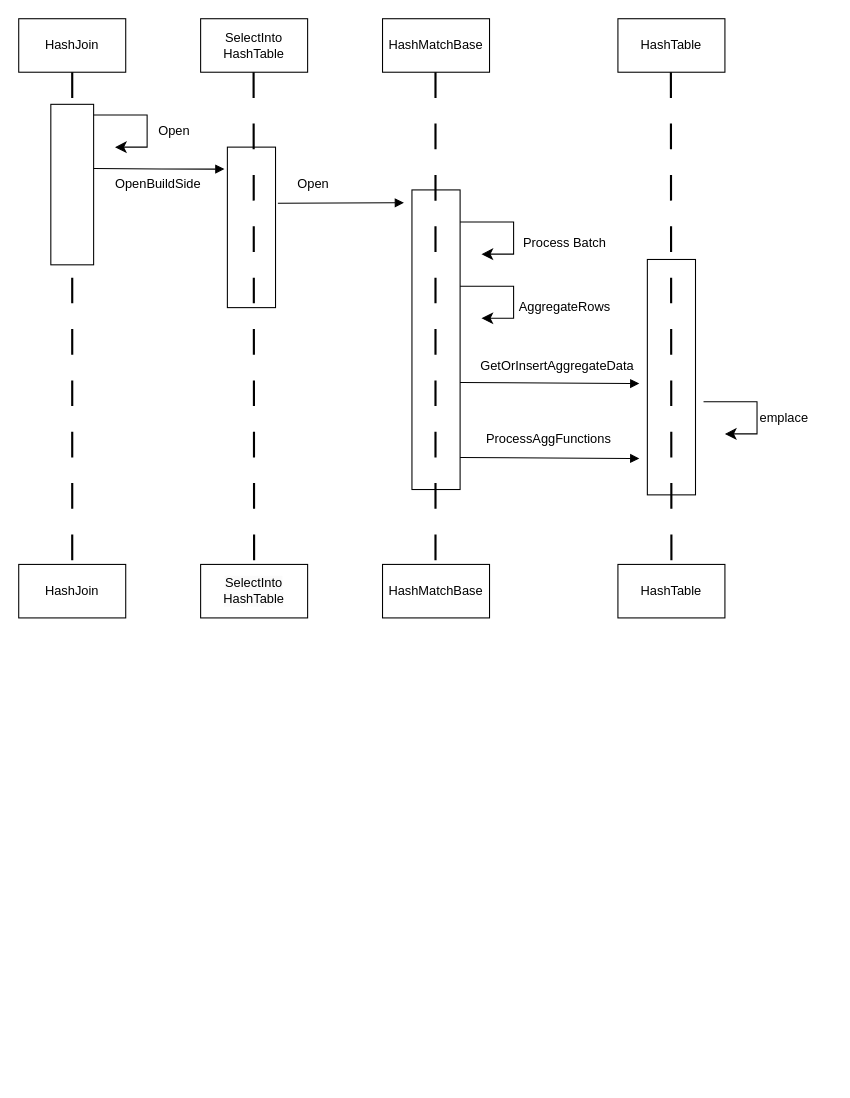
This is pic/未命名绘图.drawio from KaiSongXie/drawio, a draw.io file, before an edit. Source tidied: cells renumbered, new cells numbered last; positions are measured from the earlier drawing's top-left corner, leaving out a move shared by most shapes. Both pictures are drawn from the tidied source at 107%, with x=0, y=0 at pixel (18, 18).
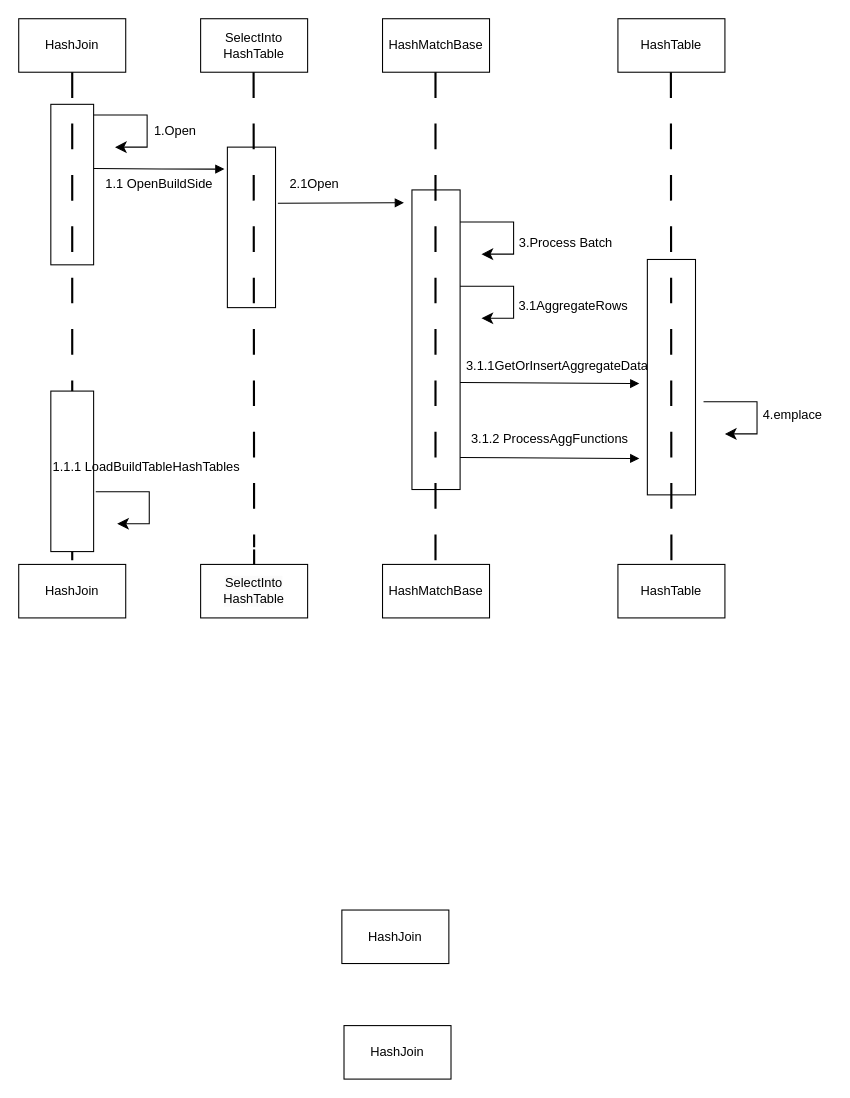
Above is the later version.

Commit message:
更新未命名绘图.drawio

The edit, as a diff of the source:
```diff
@@
+    <mxCell id="8" style="rounded=0;whiteSpace=wrap;html=1;direction=south;" parent="1" vertex="1">
+      <mxGeometry x="30" y="80" width="40" height="150" as="geometry" />
+    </mxCell>
@@
-    <mxCell id="8" style="rounded=0;whiteSpace=wrap;html=1;direction=south;" parent="1" vertex="1">
-      <mxGeometry x="30" y="80" width="40" height="150" as="geometry" />
-    </mxCell>
@@
-    <mxCell id="11" value="Open" style="text;html=1;align=center;verticalAlign=middle;strokeColor=none;fillColor=none;" parent="1" vertex="1">
-      <mxGeometry x="120" y="90" width="50" height="30" as="geometry" />
+    <mxCell id="11" value="1.Open" style="text;html=1;align=center;verticalAlign=middle;strokeColor=none;fillColor=none;" parent="1" vertex="1">
+      <mxGeometry x="117" y="92" width="57" height="26" as="geometry" />
     </mxCell>
-    <mxCell id="12" value="OpenBuildSide" style="text;html=1;align=center;verticalAlign=middle;strokeColor=none;fillColor=none;" parent="1" vertex="1">
-      <mxGeometry x="80" y="140" width="100" height="30" as="geometry" />
+    <mxCell id="12" value="1.1 OpenBuildSide" style="text;html=1;align=center;verticalAlign=middle;strokeColor=none;fillColor=none;" parent="1" vertex="1">
+      <mxGeometry x="72" y="142" width="118" height="26" as="geometry" />
     </mxCell>
-    <mxCell id="13" value="Open" style="text;html=1;align=center;verticalAlign=middle;strokeColor=none;fillColor=none;" parent="1" vertex="1">
-      <mxGeometry x="250" y="140" width="50" height="30" as="geometry" />
+    <mxCell id="13" value="2.1Open" style="text;html=1;align=center;verticalAlign=middle;strokeColor=none;fillColor=none;" parent="1" vertex="1">
+      <mxGeometry x="244" y="142" width="64" height="26" as="geometry" />
     </mxCell>
@@
-    <mxCell id="19" value="Process Batch" style="text;html=1;align=center;verticalAlign=middle;strokeColor=none;fillColor=none;" parent="1" vertex="1">
-      <mxGeometry x="460" y="195" width="100" height="30" as="geometry" />
+    <mxCell id="19" value="3.Process Batch" style="text;html=1;align=center;verticalAlign=middle;strokeColor=none;fillColor=none;" parent="1" vertex="1">
+      <mxGeometry x="458" y="197" width="105" height="26" as="geometry" />
     </mxCell>
@@
-    <mxCell id="21" value="AggregateRows" style="text;html=1;align=center;verticalAlign=middle;strokeColor=none;fillColor=none;" parent="1" vertex="1">
-      <mxGeometry x="455" y="255" width="110" height="30" as="geometry" />
+    <mxCell id="21" value="3.1AggregateRows" style="text;html=1;align=center;verticalAlign=middle;strokeColor=none;fillColor=none;" parent="1" vertex="1">
+      <mxGeometry x="458" y="256" width="120" height="26" as="geometry" />
     </mxCell>
-    <mxCell id="22" value="GetOrInsertAggregateData" style="text;html=1;align=center;verticalAlign=middle;strokeColor=none;fillColor=none;" parent="1" vertex="1">
-      <mxGeometry x="417.5" y="310" width="170" height="30" as="geometry" />
+    <mxCell id="22" value="3.1.1GetOrInsertAggregateData" style="text;html=1;align=center;verticalAlign=middle;strokeColor=none;fillColor=none;" parent="1" vertex="1">
+      <mxGeometry x="408.5" y="312" width="188" height="26" as="geometry" />
     </mxCell>
@@
-    <mxCell id="28" value="emplace" style="text;html=1;align=center;verticalAlign=middle;strokeColor=none;fillColor=none;" parent="1" vertex="1">
-      <mxGeometry x="680" y="358" width="70" height="30" as="geometry" />
+    <mxCell id="28" value="4.emplace" style="text;html=1;align=center;verticalAlign=middle;strokeColor=none;fillColor=none;" parent="1" vertex="1">
+      <mxGeometry x="686" y="358" width="73" height="26" as="geometry" />
     </mxCell>
@@
-    <mxCell id="30" value="ProcessAggFunctions" style="text;html=1;align=center;verticalAlign=middle;strokeColor=none;fillColor=none;" parent="1" vertex="1">
-      <mxGeometry x="425" y="378" width="140" height="30" as="geometry" />
+    <mxCell id="30" value="3.1.2 ProcessAggFunctions" style="text;html=1;align=center;verticalAlign=middle;strokeColor=none;fillColor=none;" parent="1" vertex="1">
+      <mxGeometry x="413" y="380" width="165" height="26" as="geometry" />
     </mxCell>
     <mxCell id="31" style="rounded=0;orthogonalLoop=1;jettySize=auto;html=1;dashed=1;dashPattern=12 12;endArrow=none;endFill=0;strokeWidth=2;" parent="1" edge="1">
       <mxGeometry relative="1" as="geometry">
-        <mxPoint x="219.5" y="50" as="sourcePoint" />
+        <mxPoint x="220" y="496" as="sourcePoint" />
         <mxPoint x="220" y="520" as="targetPoint" />
       </mxGeometry>
     </mxCell>
@@
+    <mxCell id="35" value="HashJoin" style="rounded=0;whiteSpace=wrap;html=1;" parent="1" vertex="1">
+      <mxGeometry x="302" y="833" width="100" height="50" as="geometry" />
+    </mxCell>
+    <mxCell id="36" value="HashJoin" style="rounded=0;whiteSpace=wrap;html=1;" parent="1" vertex="1">
+      <mxGeometry x="304" y="941" width="100" height="50" as="geometry" />
+    </mxCell>
+    <mxCell id="37" style="rounded=0;orthogonalLoop=1;jettySize=auto;html=1;dashed=1;dashPattern=12 12;endArrow=none;endFill=0;strokeWidth=2;" parent="1" edge="1">
+      <mxGeometry relative="1" as="geometry">
+        <mxPoint x="219.5" y="50" as="sourcePoint" />
+        <mxPoint x="220" y="494" as="targetPoint" />
+      </mxGeometry>
+    </mxCell>
+    <mxCell id="38" style="edgeStyle=segmentEdgeStyle;endArrow=classic;html=1;curved=0;rounded=0;endSize=8;startSize=8;" parent="1" edge="1">
+      <mxGeometry relative="1" as="geometry">
+        <mxPoint x="72" y="442" as="sourcePoint" />
+        <mxPoint x="92" y="472" as="targetPoint" />
+        <Array as="points">
+          <mxPoint x="122" y="442" />
+          <mxPoint x="122" y="472" />
+        </Array>
+      </mxGeometry>
+    </mxCell>
+    <mxCell id="39" style="rounded=0;whiteSpace=wrap;html=1;direction=south;" parent="1" vertex="1">
+      <mxGeometry x="30" y="348" width="40" height="150" as="geometry" />
+    </mxCell>
+    <mxCell id="40" value="1.1.1 LoadBuildTableHashTables" style="text;html=1;align=center;verticalAlign=middle;strokeColor=none;fillColor=none;" parent="1" vertex="1">
+      <mxGeometry x="22" y="406" width="193" height="26" as="geometry" />
+    </mxCell>
```
